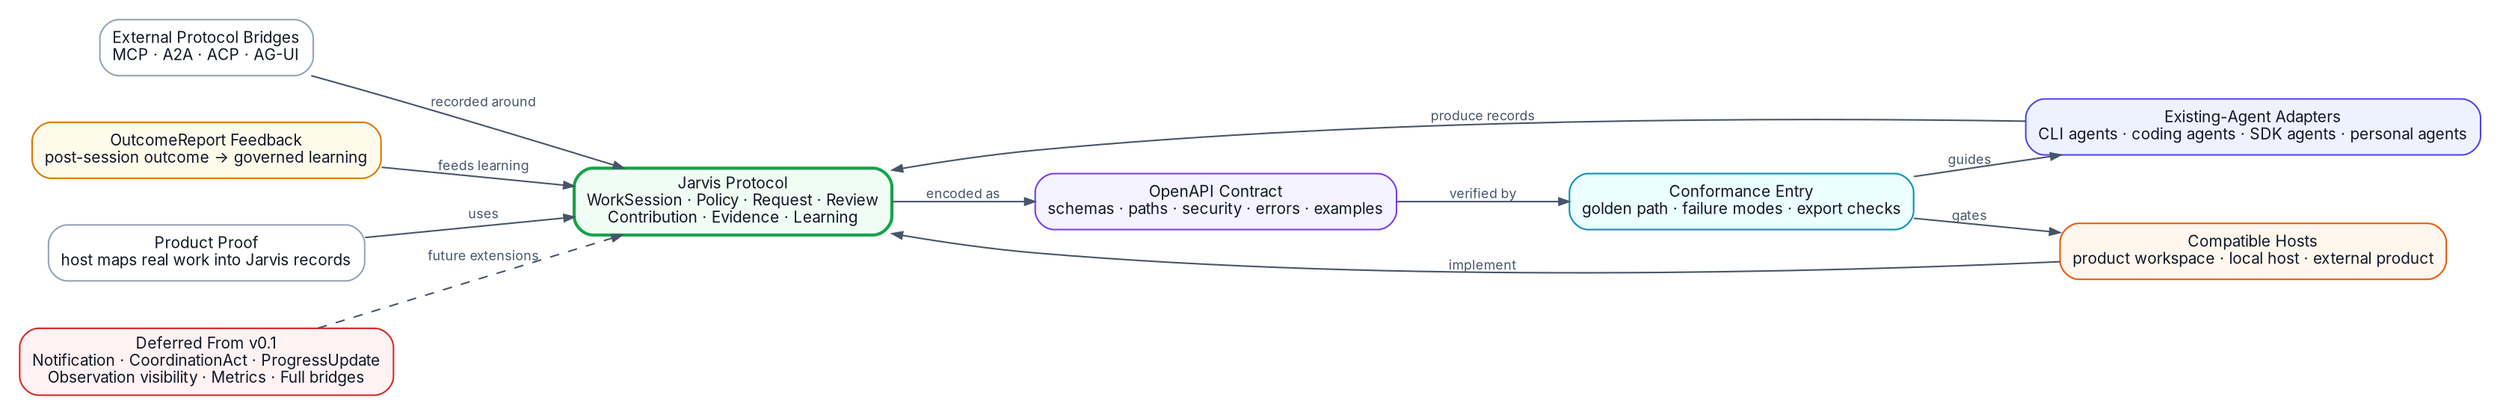
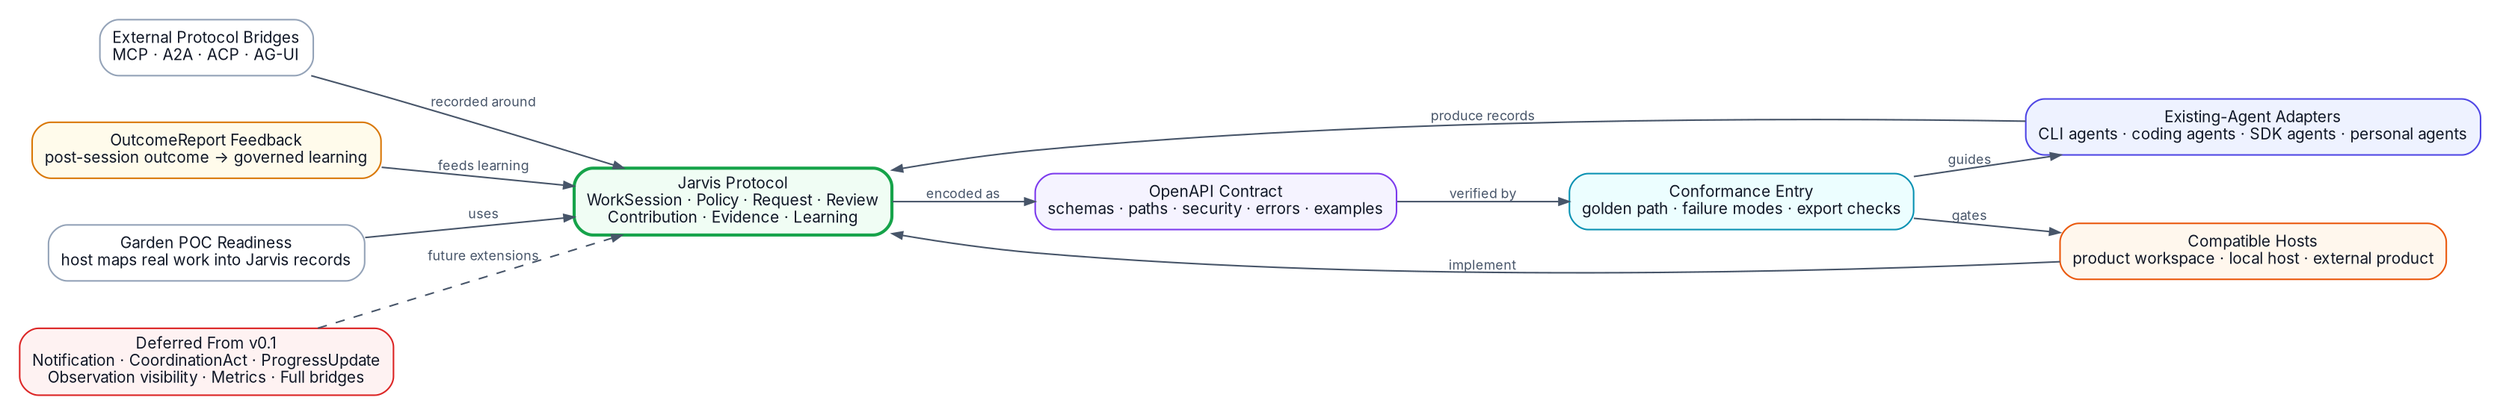
digraph G {
  graph [rankdir=LR, bgcolor="white", margin=0.12, nodesep=0.42, ranksep=0.6];
  node [shape=box, style="rounded,filled", fontname="Inter", fontsize=10, color="#94a3b8", fillcolor="#f8fafc", fontcolor="#111827", margin="0.11,0.07"];
  edge [fontname="Inter", fontsize=8.5, color="#475569", fontcolor="#475569", arrowsize=0.65];

  jarvis [label="Jarvis Protocol\nWorkSession · Policy · Request · Review\nContribution · Evidence · Learning", fillcolor="#f0fdf4", color="#16a34a", penwidth=2];
  openapi [label="OpenAPI Contract\nschemas · paths · security · errors · examples", fillcolor="#f5f3ff", color="#7c3aed"];
  conformance [label="Conformance Entry\ngolden path · failure modes · export checks", fillcolor="#ecfeff", color="#0891b2"];
  adapters [label="Existing-Agent Adapters\nCLI agents · coding agents · SDK agents · personal agents", fillcolor="#eef2ff", color="#4f46e5"];
  hosts [label="Compatible Hosts\nproduct workspace · local host · external product", fillcolor="#fff7ed", color="#ea580c"];
  protocols [label="External Protocol Bridges\nMCP · A2A · ACP · AG-UI", fillcolor="#ffffff"];
  outcome [label="OutcomeReport Feedback\npost-session outcome -> governed learning", fillcolor="#fffbeb", color="#d97706"];
-   product [label="Product Proof\nhost maps real work into Jarvis records", fillcolor="#ffffff"];
+   product [label="Garden POC Readiness\nhost maps real work into Jarvis records", fillcolor="#ffffff"];
  deferred [label="Deferred From v0.1\nNotification · CoordinationAct · ProgressUpdate\nObservation visibility · Metrics · Full bridges", fillcolor="#fef2f2", color="#dc2626"];

  jarvis -> openapi [label="encoded as"];
  openapi -> conformance [label="verified by"];
  conformance -> adapters [label="guides"];
  conformance -> hosts [label="gates"];
  adapters -> jarvis [label="produce records"];
  hosts -> jarvis [label="implement"];
  protocols -> jarvis [label="recorded around"];
  outcome -> jarvis [label="feeds learning"];
  product -> jarvis [label="uses"];
  deferred -> jarvis [style=dashed, label="future extensions"];
}
